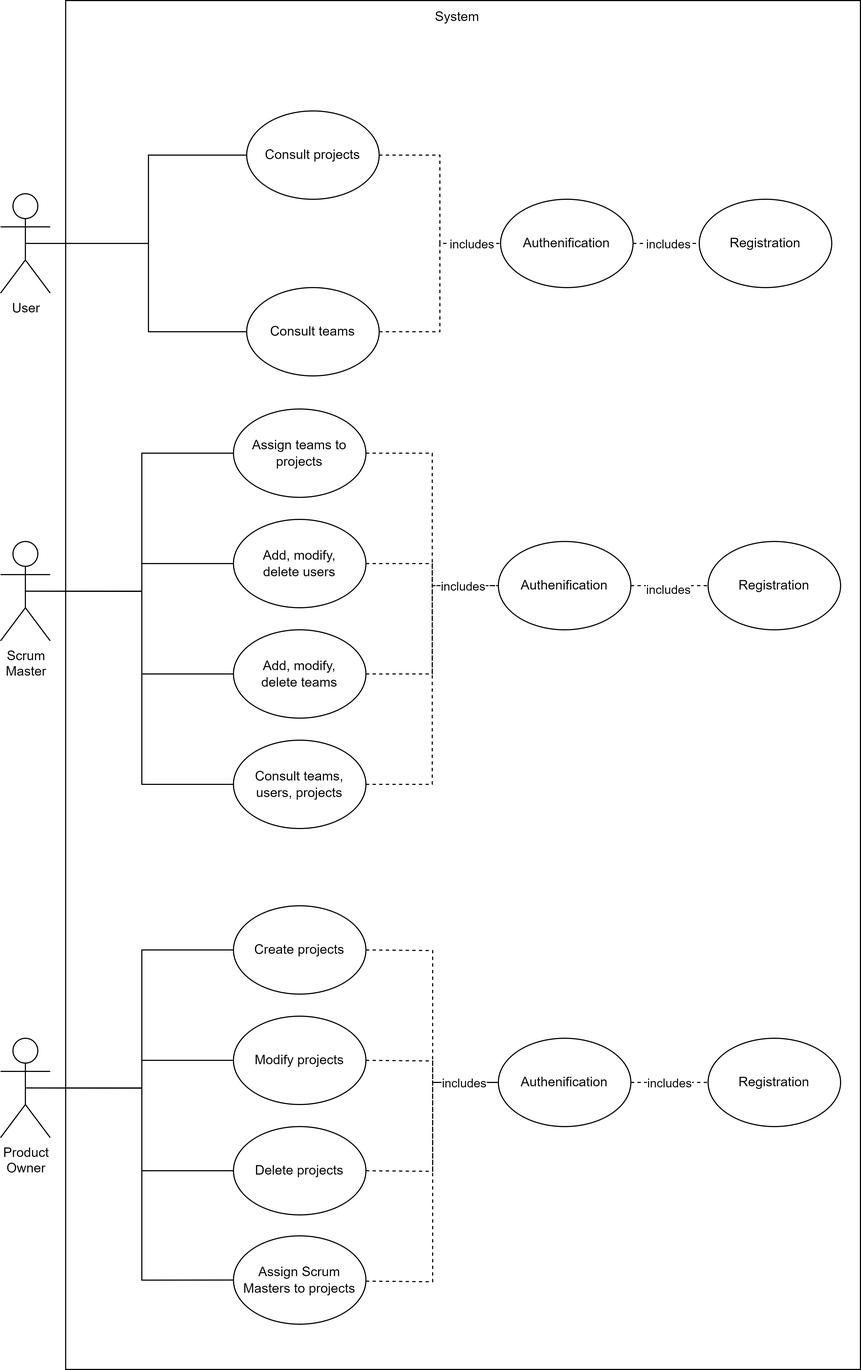
Before: uml/casUtilisation.png, a diagram exported from draw.io (SoufianeAbo/sitewebDataware). Source tidied: cells renumbered, new cells last; positions are measured from the earlier drawing's top-left corner, leaving out a move shared by most shapes.
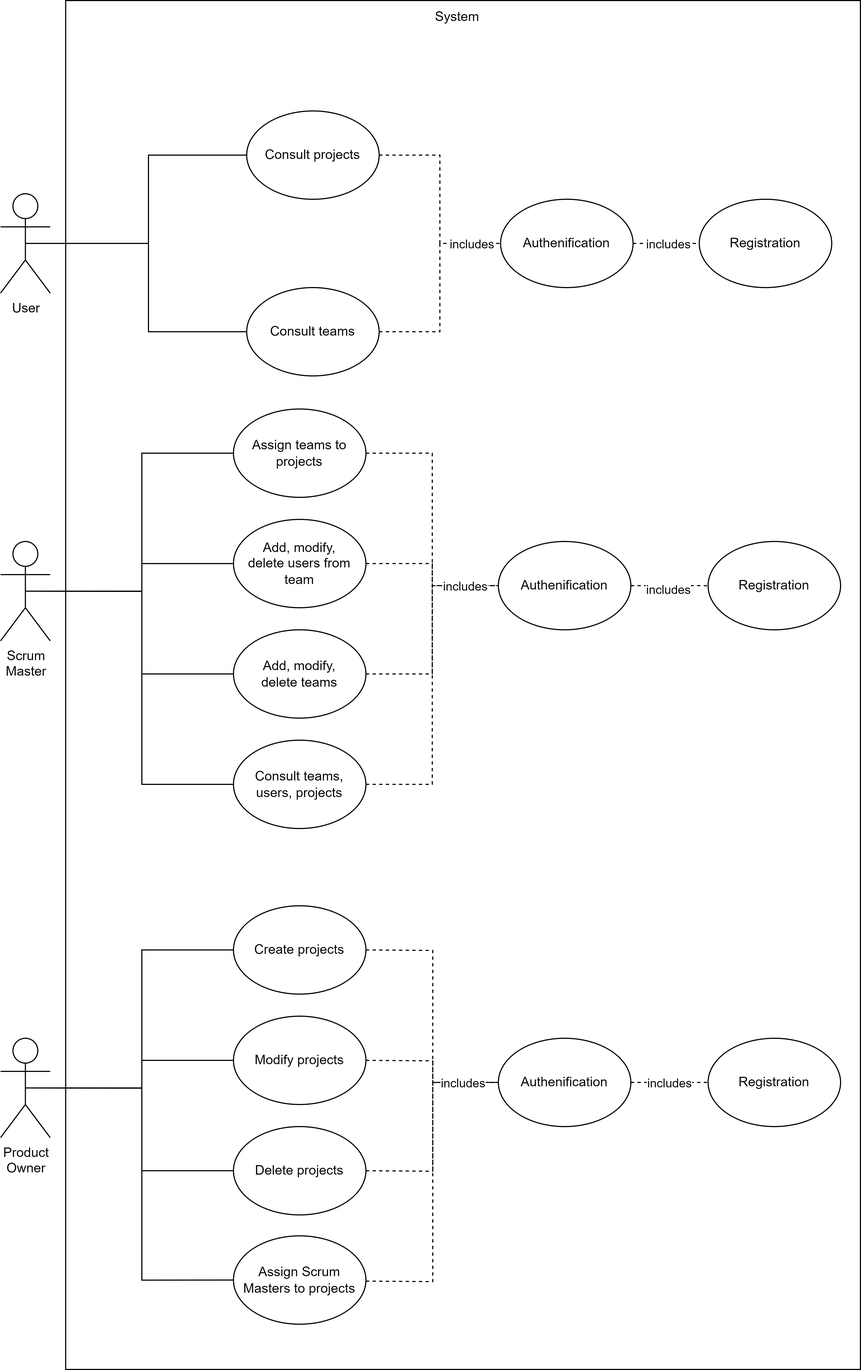
After the change.

Commit message:
add class diagram

Change to the diagram source:
```diff
@@ -35,7 +35,7 @@
     <mxCell id="12" value="Registration" style="ellipse;whiteSpace=wrap;html=1;" parent="1" vertex="1">
       <mxGeometry x="641" y="490" width="120" height="80" as="geometry" />
     </mxCell>
-    <mxCell id="13" value="Add, modify,&lt;br&gt;delete users" style="ellipse;whiteSpace=wrap;html=1;" parent="1" vertex="1">
+    <mxCell id="13" value="Add, modify,&lt;br&gt;delete users from&lt;br&gt;team" style="ellipse;whiteSpace=wrap;html=1;" parent="1" vertex="1">
       <mxGeometry x="211" y="470" width="120" height="80" as="geometry" />
     </mxCell>
     <mxCell id="14" value="Assign teams to projects" style="ellipse;whiteSpace=wrap;html=1;" parent="1" vertex="1">
```
